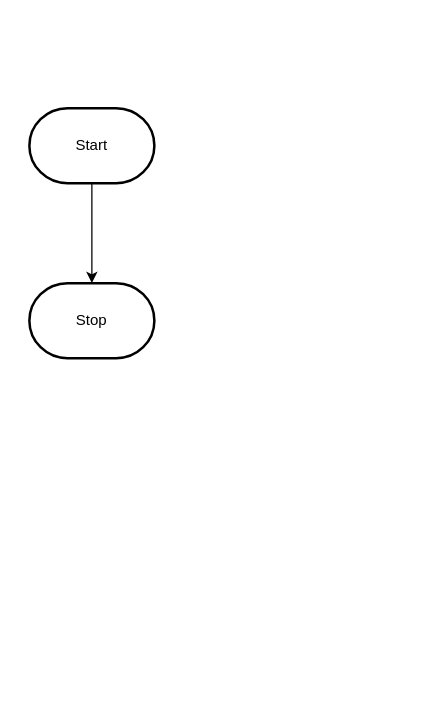
Above: design/flowchart.drawio in MTHS-TEJ2O-1-2023/TEJ2O-Unit-2-12-angelo-yalung (draw.io), before the change. Source tidied: cells renumbered, new cells numbered last; positions are measured from the earlier drawing's top-left corner, leaving out a move shared by most shapes. Both pictures are drawn from the tidied source at 125%, with x=0, y=0 at pixel (29, 108).
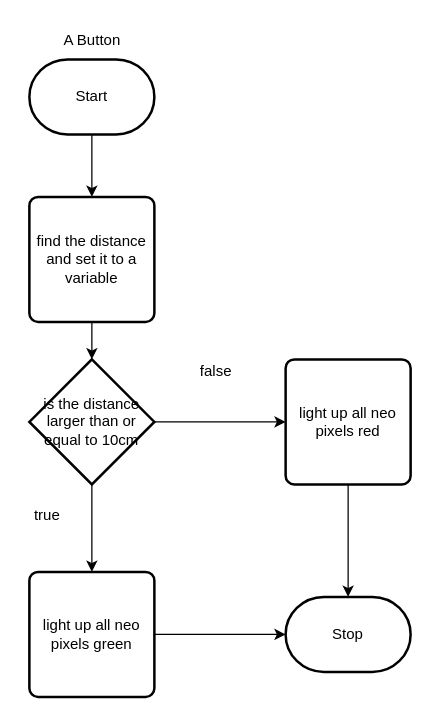
Above is the later version.

The edit, as a diff of the source:
```diff
@@
 <mxGraphModel>
   <root>
     <mxCell id="0" />
     <mxCell id="1" parent="0" />
-    <mxCell id="2" style="edgeStyle=orthogonalEdgeStyle;html=1;rounded=0;" parent="1" edge="1" source="3" target="4">
-      <mxGeometry relative="1" as="geometry" />
-    </mxCell>
+    <mxCell id="5" style="edgeStyle=none;html=1;exitX=0.5;exitY=1;exitDx=0;exitDy=0;exitPerimeter=0;entryX=0.5;entryY=0;entryDx=0;entryDy=0;" parent="1" edge="1" source="3" target="2">
+      <mxGeometry relative="1" as="geometry" />
+    </mxCell>
     <mxCell id="3" value="Start" style="strokeWidth=2;html=1;shape=mxgraph.flowchart.terminator;whiteSpace=wrap;" parent="1" vertex="1">
-      <mxGeometry width="100" height="60" as="geometry" />
+      <mxGeometry y="-39" width="100" height="60" as="geometry" />
     </mxCell>
     <mxCell id="4" value="Stop" style="strokeWidth=2;html=1;shape=mxgraph.flowchart.terminator;whiteSpace=wrap;" parent="1" vertex="1">
-      <mxGeometry y="140" width="100" height="60" as="geometry" />
+      <mxGeometry x="205" y="391" width="100" height="60" as="geometry" />
     </mxCell>
+    <mxCell id="6" style="edgeStyle=none;html=1;exitX=0.5;exitY=1;exitDx=0;exitDy=0;entryX=0.5;entryY=0;entryDx=0;entryDy=0;entryPerimeter=0;" parent="1" edge="1" source="2" target="13">
+      <mxGeometry relative="1" as="geometry" />
+    </mxCell>
+    <mxCell id="2" value="find the distance and set it to a variable" style="rounded=1;whiteSpace=wrap;html=1;absoluteArcSize=1;arcSize=14;strokeWidth=2;" parent="1" vertex="1">
+      <mxGeometry y="71" width="100" height="100" as="geometry" />
+    </mxCell>
+    <mxCell id="7" style="edgeStyle=none;html=1;exitX=0.5;exitY=1;exitDx=0;exitDy=0;entryX=0.5;entryY=0;entryDx=0;entryDy=0;entryPerimeter=0;" parent="1" edge="1" source="8" target="4">
+      <mxGeometry relative="1" as="geometry" />
+    </mxCell>
+    <mxCell id="8" value="light up all neo pixels red" style="rounded=1;whiteSpace=wrap;html=1;absoluteArcSize=1;arcSize=14;strokeWidth=2;" parent="1" vertex="1">
+      <mxGeometry x="205" y="201" width="100" height="100" as="geometry" />
+    </mxCell>
+    <mxCell id="9" style="edgeStyle=none;html=1;exitX=1;exitY=0.5;exitDx=0;exitDy=0;entryX=0;entryY=0.5;entryDx=0;entryDy=0;entryPerimeter=0;" parent="1" edge="1" source="10" target="4">
+      <mxGeometry relative="1" as="geometry" />
+    </mxCell>
+    <mxCell id="10" value="light up all neo pixels green" style="rounded=1;whiteSpace=wrap;html=1;absoluteArcSize=1;arcSize=14;strokeWidth=2;" parent="1" vertex="1">
+      <mxGeometry y="371" width="100" height="100" as="geometry" />
+    </mxCell>
+    <mxCell id="11" style="edgeStyle=none;html=1;exitX=0.5;exitY=1;exitDx=0;exitDy=0;exitPerimeter=0;entryX=0.5;entryY=0;entryDx=0;entryDy=0;" parent="1" edge="1" source="13" target="10">
+      <mxGeometry relative="1" as="geometry">
+        <Array as="points">
+          <mxPoint x="50" y="321" />
+        </Array>
+      </mxGeometry>
+    </mxCell>
+    <mxCell id="12" style="edgeStyle=none;html=1;exitX=1;exitY=0.5;exitDx=0;exitDy=0;exitPerimeter=0;entryX=0;entryY=0.5;entryDx=0;entryDy=0;" parent="1" edge="1" source="13" target="8">
+      <mxGeometry relative="1" as="geometry" />
+    </mxCell>
+    <mxCell id="13" value="is the distance larger than or equal to 10cm" style="strokeWidth=2;html=1;shape=mxgraph.flowchart.decision;whiteSpace=wrap;" parent="1" vertex="1">
+      <mxGeometry y="201" width="100" height="100" as="geometry" />
+    </mxCell>
+    <mxCell id="14" value="A Button" style="text;html=1;align=center;verticalAlign=middle;strokeColor=none;fillColor=none;" parent="1" vertex="1">
+      <mxGeometry x="15" y="-69" width="70" height="30" as="geometry" />
+    </mxCell>
+    <mxCell id="15" value="true" style="text;html=1;align=center;verticalAlign=middle;strokeColor=none;fillColor=none;" parent="1" vertex="1">
+      <mxGeometry x="-6" y="311" width="40" height="30" as="geometry" />
+    </mxCell>
+    <mxCell id="16" value="false" style="text;html=1;align=center;verticalAlign=middle;strokeColor=none;fillColor=none;" parent="1" vertex="1">
+      <mxGeometry x="124" y="196" width="50" height="30" as="geometry" />
+    </mxCell>
   </root>
 </mxGraphModel>
```
